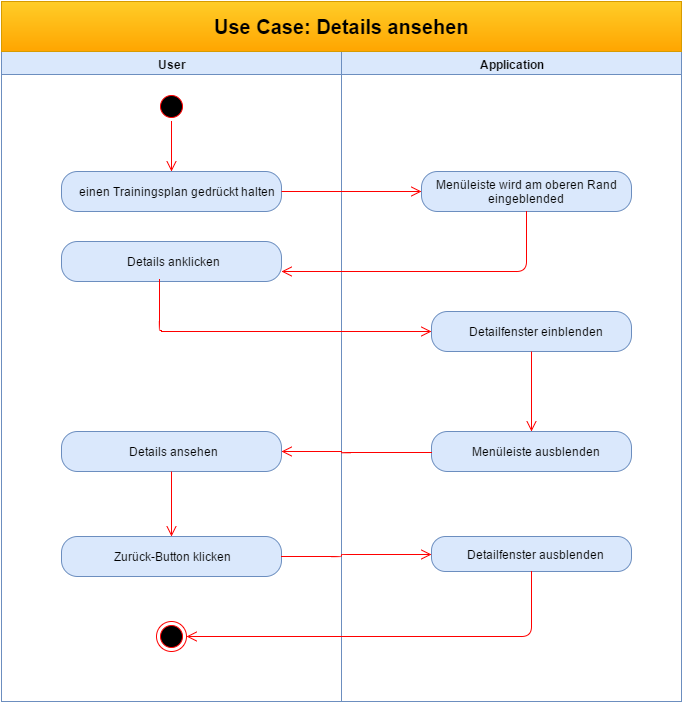
Before: UCDs/Use Case- Details ansehen.png, a diagram exported from draw.io (MH0896/MuM-s-Fit). Source tidied: cells renumbered, new cells last; positions are measured from the earlier drawing's top-left corner, leaving out a move shared by most shapes.
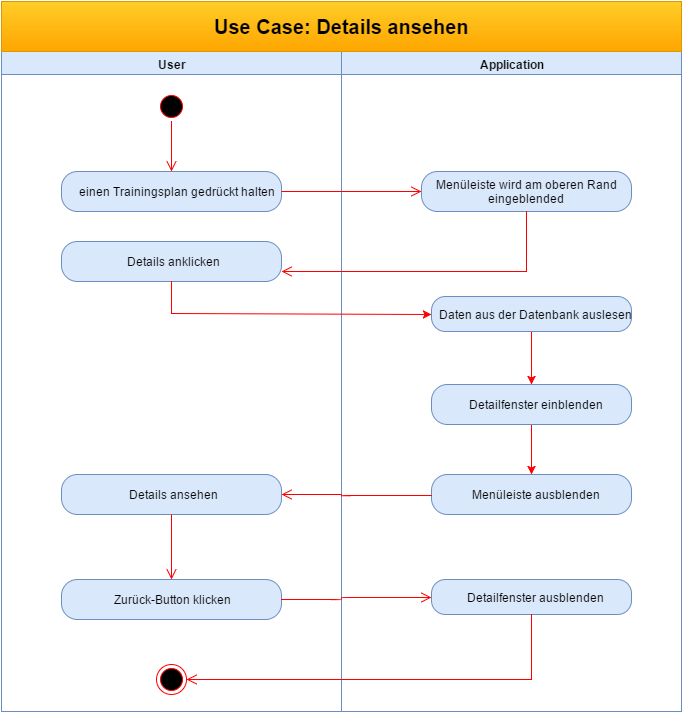
The same diagram one commit later.

What changed in the source:
```diff
@@ -3,13 +3,13 @@
     <mxCell id="0" style="html=1;" />
     <mxCell id="1" style="html=1;" parent="0" />
     <mxCell id="2" style="group;" parent="1" vertex="1">
-      <mxGeometry width="680" height="700" as="geometry" />
+      <mxGeometry width="680" height="710" as="geometry" />
     </mxCell>
     <mxCell id="3" style="group;" parent="2" vertex="1">
-      <mxGeometry width="680" height="700" as="geometry" />
+      <mxGeometry width="680" height="710" as="geometry" />
     </mxCell>
     <mxCell id="4" value="User" style="swimlane;whiteSpace=wrap;html=1;fillColor=#dae8fc;strokeColor=#6c8ebf;" parent="3" vertex="1">
-      <mxGeometry y="50" width="340" height="650" as="geometry" />
+      <mxGeometry y="50" width="340" height="660" as="geometry" />
     </mxCell>
     <mxCell id="5" style="ellipse;shape=startState;fillColor=#000000;strokeColor=#ff0000;html=1;" parent="4" vertex="1">
       <mxGeometry x="155" y="40" width="30" height="30" as="geometry" />
@@ -22,7 +22,7 @@
       </mxGeometry>
     </mxCell>
     <mxCell id="7" style="ellipse;html=1;shape=endState;fillColor=#000000;strokeColor=#ff0000;" parent="4" vertex="1">
-      <mxGeometry x="155" y="570" width="30" height="30" as="geometry" />
+      <mxGeometry x="155" y="613" width="30" height="30" as="geometry" />
     </mxCell>
     <mxCell id="8" value="einen Trainingsplan gedrückt halten" style="rounded=1;whiteSpace=wrap;html=1;arcSize=40;fillColor=#dae8fc;strokeColor=#6c8ebf;" parent="4" vertex="1">
       <mxGeometry x="60" y="120" width="220" height="40" as="geometry" />
@@ -31,79 +31,85 @@
       <mxGeometry x="60" y="190" width="220" height="40" as="geometry" />
     </mxCell>
     <mxCell id="10" value="Details ansehen" style="rounded=1;whiteSpace=wrap;html=1;arcSize=40;fillColor=#dae8fc;strokeColor=#6c8ebf;" parent="4" vertex="1">
-      <mxGeometry x="60" y="380" width="220" height="40" as="geometry" />
+      <mxGeometry x="60" y="423" width="220" height="40" as="geometry" />
     </mxCell>
     <mxCell id="11" style="edgeStyle=orthogonalEdgeStyle;html=1;verticalAlign=bottom;endArrow=open;endSize=8;strokeColor=#ff0000;entryX=0.5;entryY=0;" parent="4" edge="1" source="10" target="12">
       <mxGeometry relative="1" as="geometry">
         <Array as="points">
-          <mxPoint x="143" y="415" />
-          <mxPoint x="170" y="415" />
+          <mxPoint x="143" y="458" />
+          <mxPoint x="170" y="458" />
         </Array>
       </mxGeometry>
     </mxCell>
     <mxCell id="12" value="Zurück-Button klicken" style="rounded=1;whiteSpace=wrap;html=1;arcSize=40;fillColor=#dae8fc;strokeColor=#6c8ebf;" parent="4" vertex="1">
-      <mxGeometry x="60" y="485" width="220" height="40" as="geometry" />
+      <mxGeometry x="60" y="528" width="220" height="40" as="geometry" />
     </mxCell>
     <mxCell id="13" value="Application" style="swimlane;whiteSpace=wrap;html=1;fillColor=#dae8fc;strokeColor=#6c8ebf;" parent="3" vertex="1">
-      <mxGeometry x="340" y="50" width="340" height="650" as="geometry" />
+      <mxGeometry x="340" y="50" width="340" height="660" as="geometry" />
     </mxCell>
     <mxCell id="14" value="Menüleiste wird am oberen Rand eingeblended" style="rounded=1;whiteSpace=wrap;html=1;arcSize=40;fillColor=#dae8fc;strokeColor=#6c8ebf;" parent="13" vertex="1">
       <mxGeometry x="80" y="120" width="210" height="40" as="geometry" />
     </mxCell>
+    <mxCell id="16" style="edgeStyle=none;rounded=0;html=1;exitX=0.5;exitY=1;entryX=0.5;entryY=0;jettySize=auto;strokeColor=#ff0000;fontColor=none;" parent="13" edge="1" source="15" target="17">
+      <mxGeometry relative="1" as="geometry" />
+    </mxCell>
     <mxCell id="15" value="Detailfenster einblenden" style="rounded=1;whiteSpace=wrap;html=1;arcSize=40;fillColor=#dae8fc;strokeColor=#6c8ebf;" parent="13" vertex="1">
-      <mxGeometry x="90" y="260" width="200" height="40" as="geometry" />
+      <mxGeometry x="90" y="333" width="200" height="40" as="geometry" />
     </mxCell>
-    <mxCell id="16" style="edgeStyle=orthogonalEdgeStyle;html=1;verticalAlign=bottom;endArrow=open;endSize=8;strokeColor=#ff0000;entryX=0.5;entryY=0;" parent="13" edge="1" source="15" target="17">
-      <mxGeometry relative="1" as="geometry" />
-    </mxCell>
     <mxCell id="17" value="Menüleiste ausblenden" style="rounded=1;whiteSpace=wrap;html=1;arcSize=40;fillColor=#dae8fc;strokeColor=#6c8ebf;" parent="13" vertex="1">
-      <mxGeometry x="90" y="380" width="200" height="40" as="geometry" />
+      <mxGeometry x="90" y="423" width="200" height="40" as="geometry" />
     </mxCell>
     <mxCell id="18" value="Detailfenster ausblenden" style="rounded=1;whiteSpace=wrap;html=1;arcSize=40;fillColor=#dae8fc;strokeColor=#6c8ebf;" parent="13" vertex="1">
-      <mxGeometry x="90" y="485" width="200" height="35" as="geometry" />
+      <mxGeometry x="90" y="528" width="200" height="35" as="geometry" />
     </mxCell>
+    <mxCell id="26" style="edgeStyle=none;rounded=0;html=1;exitX=0.5;exitY=1;entryX=0.5;entryY=0;jettySize=auto;strokeColor=#ff0000;fontColor=none;" parent="13" edge="1" source="27" target="15">
+      <mxGeometry relative="1" as="geometry" />
+    </mxCell>
+    <mxCell id="27" value="Daten aus der Datenbank auslesen" style="rounded=1;whiteSpace=wrap;html=1;arcSize=40;fillColor=#dae8fc;strokeColor=#6c8ebf;labelBackgroundColor=none;fontColor=none;align=center;" parent="13" vertex="1">
+      <mxGeometry x="90" y="245" width="200" height="35" as="geometry" />
+    </mxCell>
     <mxCell id="19" value="&lt;b&gt;&lt;font style=&quot;font-size: 20px&quot;&gt;Use Case: Details ansehen&lt;/font&gt;&lt;/b&gt;" style="html=1;fillColor=#ffcd28;strokeColor=#d79b00;gradientColor=#ffa500;" parent="3" vertex="1">
       <mxGeometry width="680" height="50" as="geometry" />
     </mxCell>
     <mxCell id="20" style="edgeStyle=orthogonalEdgeStyle;html=1;verticalAlign=bottom;endArrow=open;endSize=8;strokeColor=#ff0000;entryX=0;entryY=0.5;" parent="3" edge="1" source="8" target="14">
       <mxGeometry relative="1" as="geometry" />
     </mxCell>
-    <mxCell id="21" style="edgeStyle=orthogonalEdgeStyle;html=1;verticalAlign=bottom;endArrow=open;endSize=8;strokeColor=#ff0000;entryX=1;entryY=0.75;exitX=0.5;exitY=1;" parent="3" edge="1" source="14" target="9">
+    <mxCell id="21" style="edgeStyle=orthogonalEdgeStyle;html=1;verticalAlign=bottom;endArrow=open;endSize=8;strokeColor=#ff0000;entryX=1;entryY=0.75;exitX=0.5;exitY=1;rounded=0;" parent="3" edge="1" source="14" target="9">
       <mxGeometry relative="1" as="geometry">
         <Array as="points">
           <mxPoint x="525" y="270" />
         </Array>
       </mxGeometry>
     </mxCell>
-    <mxCell id="22" style="edgeStyle=orthogonalEdgeStyle;html=1;verticalAlign=bottom;endArrow=open;endSize=8;strokeColor=#ff0000;entryX=0;entryY=0.5;exitX=0.446;exitY=0.96;exitPerimeter=0;" parent="3" edge="1" source="9" target="15">
-      <mxGeometry relative="1" as="geometry">
-        <Array as="points">
-          <mxPoint x="160" y="329" />
-        </Array>
-      </mxGeometry>
-    </mxCell>
     <mxCell id="23" style="edgeStyle=orthogonalEdgeStyle;html=1;verticalAlign=bottom;endArrow=open;endSize=8;strokeColor=#ff0000;entryX=1;entryY=0.5;" parent="3" edge="1" source="17" target="10">
       <mxGeometry relative="1" as="geometry">
         <Array as="points">
-          <mxPoint x="340" y="451" />
-          <mxPoint x="340" y="450" />
+          <mxPoint x="340" y="494" />
+          <mxPoint x="340" y="493" />
         </Array>
       </mxGeometry>
     </mxCell>
     <mxCell id="24" style="edgeStyle=orthogonalEdgeStyle;html=1;verticalAlign=bottom;endArrow=open;endSize=8;strokeColor=#ff0000;entryX=0;entryY=0.5;" parent="3" edge="1" source="12" target="18">
       <mxGeometry relative="1" as="geometry">
         <Array as="points">
-          <mxPoint x="340" y="555" />
-          <mxPoint x="340" y="553" />
+          <mxPoint x="340" y="598" />
+          <mxPoint x="340" y="596" />
         </Array>
       </mxGeometry>
     </mxCell>
-    <mxCell id="25" style="edgeStyle=orthogonalEdgeStyle;html=1;verticalAlign=bottom;endArrow=open;endSize=8;strokeColor=#ff0000;entryX=1;entryY=0.5;exitX=0.5;exitY=1;" parent="3" edge="1" source="18" target="7">
+    <mxCell id="25" style="edgeStyle=orthogonalEdgeStyle;html=1;verticalAlign=bottom;endArrow=open;endSize=8;strokeColor=#ff0000;entryX=1;entryY=0.5;exitX=0.5;exitY=1;rounded=0;" parent="3" edge="1" source="18" target="7">
       <mxGeometry relative="1" as="geometry">
         <Array as="points">
-          <mxPoint x="530" y="635" />
+          <mxPoint x="530" y="678" />
         </Array>
       </mxGeometry>
     </mxCell>
+    <mxCell id="28" style="edgeStyle=none;rounded=0;html=1;exitX=0.5;exitY=1;entryX=0;entryY=0.5;jettySize=auto;strokeColor=#ff0000;fontColor=none;" parent="3" edge="1" source="9" target="27">
+      <mxGeometry relative="1" as="geometry">
+        <Array as="points">
+          <mxPoint x="170" y="312" />
+        </Array>
+      </mxGeometry>
+    </mxCell>
   </root>
 </mxGraphModel>
```
